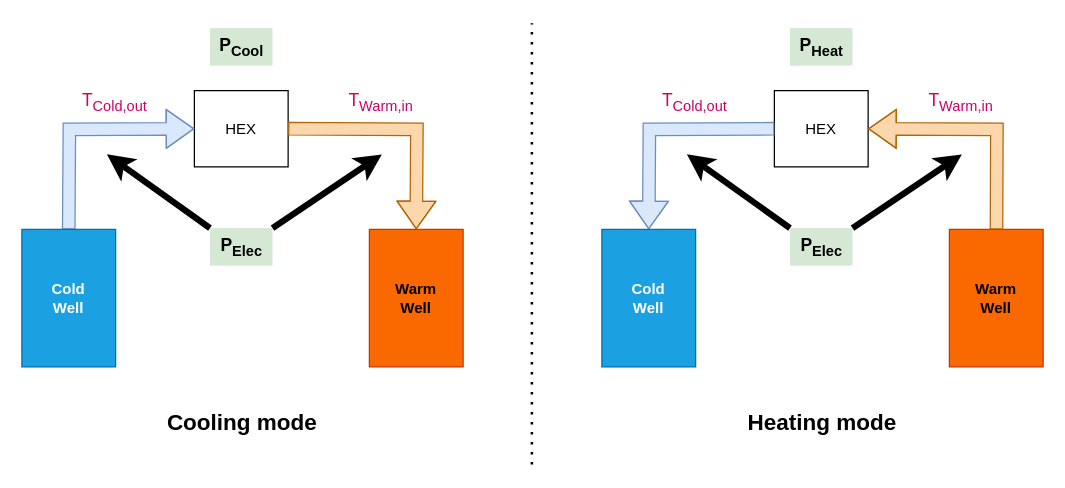
The draw.io diagram docs/source/img/ates_scheme.drawio in uesl-empa/ehubx, before the edit. Source tidied: cells renumbered, new cells numbered last; positions are measured from the earlier drawing's top-left corner, leaving out a move shared by most shapes. Both pictures are drawn from the tidied source at 125%, with x=0, y=0 at pixel (21, 22).
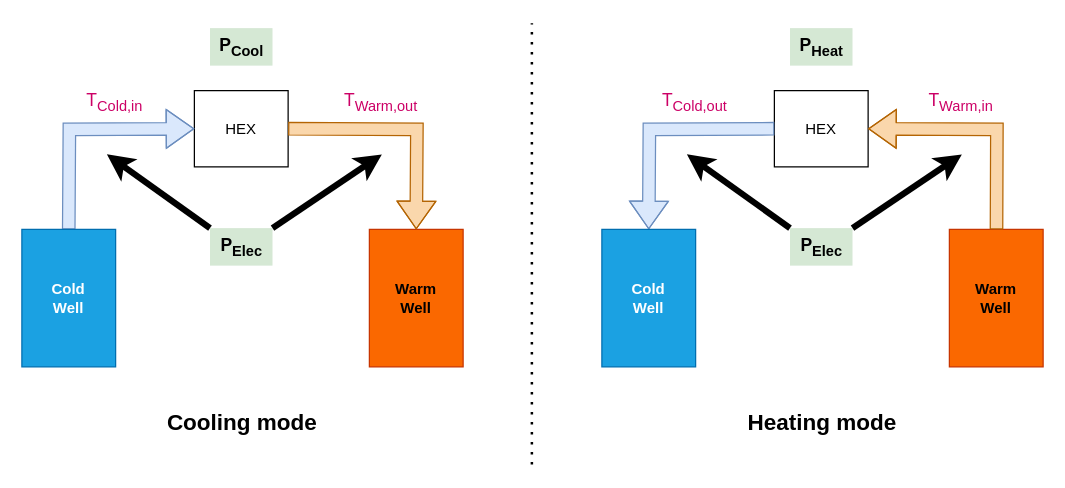
The same page after the edit.

The edit, as a diff of the source:
```diff
@@
-    <mxCell id="8" value="T&lt;sub&gt;Cold,out&lt;/sub&gt;" style="edgeLabel;html=1;align=center;verticalAlign=middle;fontSize=14;fontColor=#CC0066;" parent="1" vertex="1">
+    <mxCell id="8" value="T&lt;sub&gt;Cold,in&lt;/sub&gt;" style="edgeLabel;html=1;align=center;verticalAlign=middle;fontSize=14;fontColor=#CC0066;" parent="1" vertex="1">
       <mxGeometry x="75" y="54" as="geometry">
         <mxPoint x="-2" y="8" as="offset" />
       </mxGeometry>
     </mxCell>
@@
-    <mxCell id="13" value="T&lt;sub&gt;Warm,in&lt;/sub&gt;" style="edgeLabel;html=1;align=center;verticalAlign=middle;fontSize=14;fontColor=#CC0066;" parent="1" vertex="1">
+    <mxCell id="13" value="T&lt;sub&gt;Warm,out&lt;/sub&gt;" style="edgeLabel;html=1;align=center;verticalAlign=middle;fontSize=14;fontColor=#CC0066;" parent="1" vertex="1">
       <mxGeometry x="288" y="54" as="geometry">
         <mxPoint x="-2" y="8" as="offset" />
       </mxGeometry>
     </mxCell>
```
